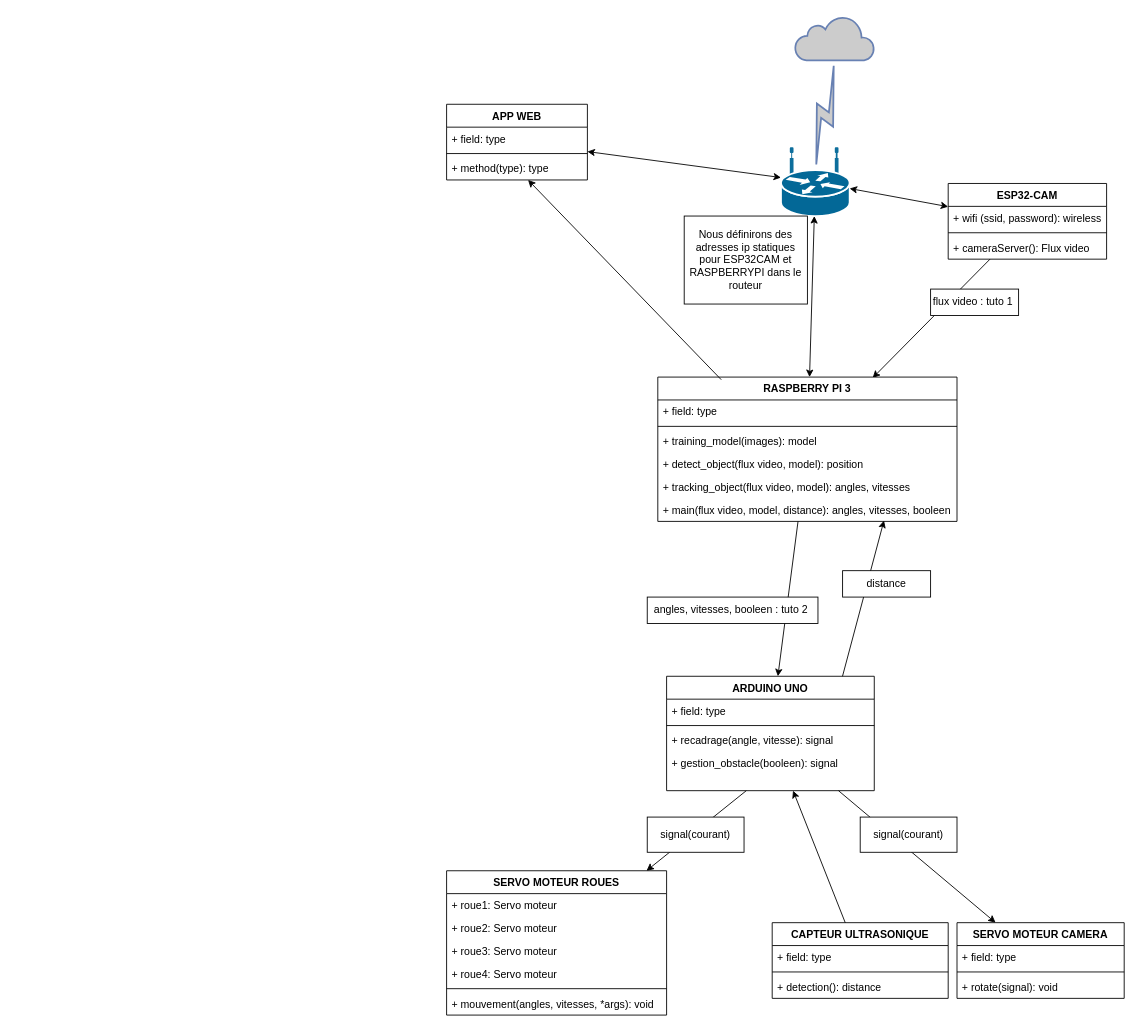
This is code/Module_analyse_image/Diagramme sans nom.drawio from JonaBacho/sight-eyes, a draw.io file, before an edit. Source tidied: cells renumbered, new cells numbered last; positions are measured from the earlier drawing's top-left corner, leaving out a move shared by most shapes. Both pictures are drawn from the tidied source at 88%, with x=0, y=0 at pixel (446, 16).
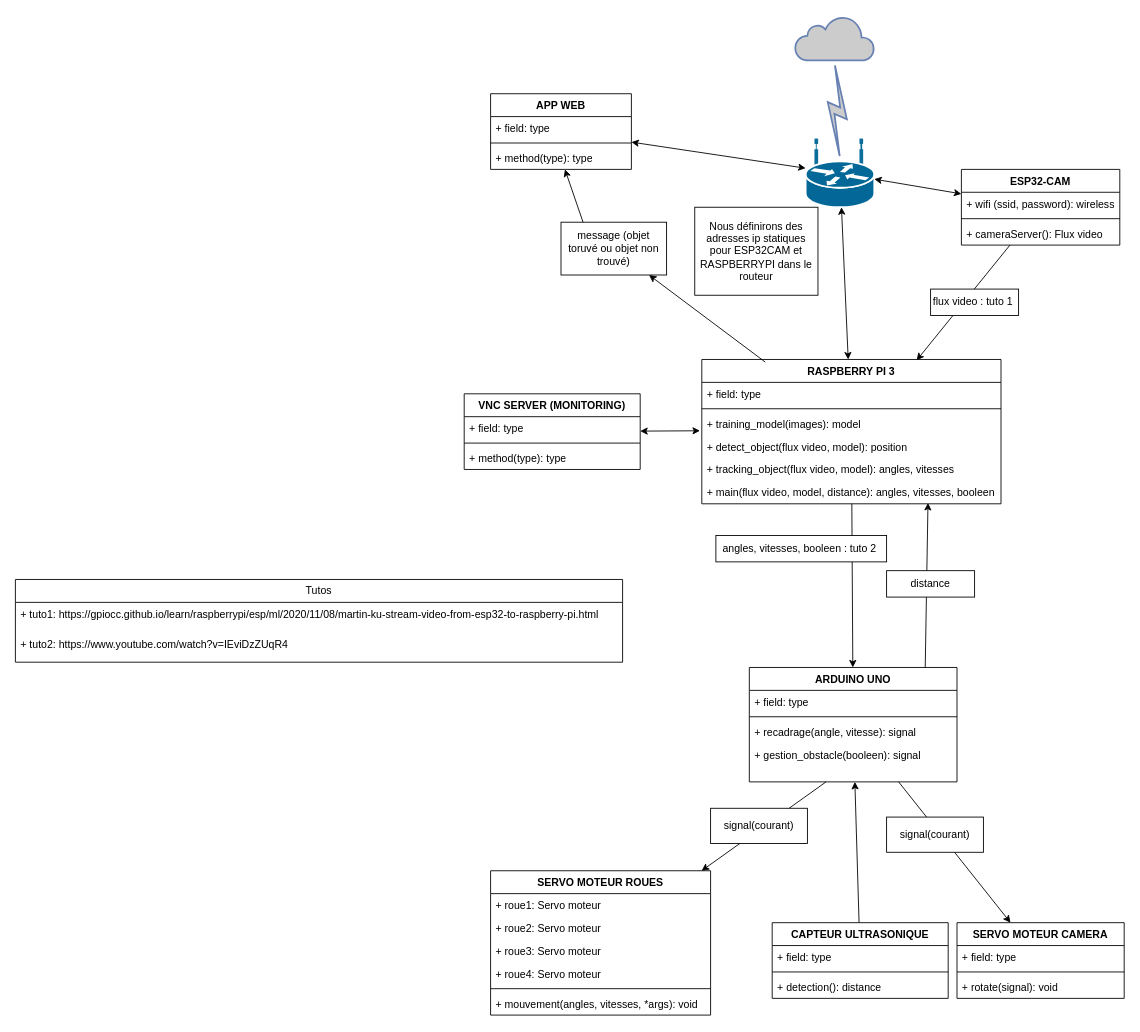
The same diagram, later.

Unchanged cells that the change refers to:
```xml
<mxCell id="7" value="+ training_model(images): model" style="text;strokeColor=none;fillColor=none;align=left;verticalAlign=top;spacingLeft=4;spacingRight=4;overflow=hidden;points=[[0,0.5],[1,0.5]];portConstraint=eastwest;whiteSpace=wrap;html=1;" parent="4" vertex="1">
  <mxGeometry y="60" width="340" height="26" as="geometry" />
</mxCell>
<mxCell id="18" value="+ method(type): type" style="text;strokeColor=none;fillColor=none;align=left;verticalAlign=top;spacingLeft=4;spacingRight=4;overflow=hidden;points=[[0,0.5],[1,0.5]];portConstraint=eastwest;whiteSpace=wrap;html=1;" parent="15" vertex="1">
  <mxGeometry y="60" width="160" height="26" as="geometry" />
</mxCell>
```

Diff of the diagram source:
```diff
@@
     <mxCell id="4" value="RASPBERRY PI 3" style="swimlane;fontStyle=1;align=center;verticalAlign=top;horizontal=1;startSize=26;whiteSpace=wrap;html=1;" parent="1" vertex="1">
-      <mxGeometry x="240" y="410" width="340" height="164" as="geometry" />
+      <mxGeometry x="290" y="390" width="340" height="164" as="geometry" />
     </mxCell>
@@
     <mxCell id="11" value="ESP32-CAM" style="swimlane;fontStyle=1;align=center;verticalAlign=top;horizontal=1;startSize=26;whiteSpace=wrap;html=1;" parent="1" vertex="1">
-      <mxGeometry x="570" y="190" width="180" height="86" as="geometry" />
+      <mxGeometry x="585" y="174" width="180" height="86" as="geometry" />
     </mxCell>
@@
     <mxCell id="15" value="APP WEB" style="swimlane;fontStyle=1;align=center;verticalAlign=top;horizontal=1;startSize=26;whiteSpace=wrap;html=1;" parent="1" vertex="1">
-      <mxGeometry y="100" width="160" height="86" as="geometry" />
+      <mxGeometry x="50" y="88" width="160" height="86" as="geometry" />
     </mxCell>
@@
     <mxCell id="19" style="shape=mxgraph.cisco.routers.wireless_router;sketch=0;html=1;dashed=0;fillColor=#036897;strokeColor=#ffffff;strokeWidth=2;verticalLabelPosition=bottom;verticalAlign=top;align=center;outlineConnect=0;" parent="1" vertex="1">
-      <mxGeometry x="380" y="150" width="78" height="77" as="geometry" />
+      <mxGeometry x="408" y="140" width="78" height="77" as="geometry" />
     </mxCell>
@@
     <mxCell id="23" value="Nous définirons des adresses ip statiques pour ESP32CAM et RASPBERRYPI dans le routeur" style="rounded=0;whiteSpace=wrap;html=1;" parent="1" vertex="1">
-      <mxGeometry x="270" y="227" width="140" height="100" as="geometry" />
+      <mxGeometry x="282" y="217" width="140" height="100" as="geometry" />
     </mxCell>
@@
     <mxCell id="26" value="ARDUINO UNO" style="swimlane;fontStyle=1;align=center;verticalAlign=top;horizontal=1;startSize=26;whiteSpace=wrap;html=1;" parent="1" vertex="1">
-      <mxGeometry x="250" y="750" width="236" height="130" as="geometry" />
+      <mxGeometry x="344" y="740" width="236" height="130" as="geometry" />
     </mxCell>
@@
     <mxCell id="35" value="SERVO MOTEUR ROUES" style="swimlane;fontStyle=1;align=center;verticalAlign=top;horizontal=1;startSize=26;whiteSpace=wrap;html=1;" parent="1" vertex="1">
-      <mxGeometry y="971" width="250" height="164" as="geometry" />
+      <mxGeometry x="50" y="971" width="250" height="164" as="geometry" />
     </mxCell>
@@
     <mxCell id="43" value="angles, vitesses, booleen : tuto 2&amp;nbsp;" style="rounded=0;whiteSpace=wrap;html=1;" parent="1" vertex="1">
-      <mxGeometry x="228" y="660" width="194" height="30" as="geometry" />
+      <mxGeometry x="306" y="590" width="194" height="30" as="geometry" />
     </mxCell>
@@
     <mxCell id="51" value="signal(courant)" style="rounded=0;whiteSpace=wrap;html=1;" parent="1" vertex="1">
-      <mxGeometry x="228" y="910" width="110" height="40" as="geometry" />
+      <mxGeometry x="300" y="900" width="110" height="40" as="geometry" />
     </mxCell>
     <mxCell id="52" value="signal(courant)" style="rounded=0;whiteSpace=wrap;html=1;" parent="1" vertex="1">
-      <mxGeometry x="470" y="910" width="110" height="40" as="geometry" />
+      <mxGeometry x="500" y="910" width="110" height="40" as="geometry" />
     </mxCell>
-    <mxCell id="53" style="endArrow=classic;html=1;rounded=0;exitX=0.212;exitY=0.018;exitDx=0;exitDy=0;exitPerimeter=0;" parent="1" edge="1" source="4" target="18">
+    <mxCell id="53" style="endArrow=classic;html=1;rounded=0;exitX=0.212;exitY=0.018;exitDx=0;exitDy=0;exitPerimeter=0;" parent="1" edge="1" source="62" target="18">
       <mxGeometry relative="1" as="geometry" />
     </mxCell>
@@
     <mxCell id="55" value="distance" style="rounded=0;whiteSpace=wrap;html=1;" parent="1" vertex="1">
-      <mxGeometry x="450" y="630" width="100" height="30" as="geometry" />
+      <mxGeometry x="500" y="630" width="100" height="30" as="geometry" />
     </mxCell>
+    <mxCell id="56" value="VNC SERVER (MONITORING)" style="swimlane;fontStyle=1;align=center;verticalAlign=top;horizontal=1;startSize=26;whiteSpace=wrap;html=1;" parent="1" vertex="1">
+      <mxGeometry x="20" y="429" width="200" height="86" as="geometry" />
+    </mxCell>
+    <mxCell id="57" value="+ field: type" style="text;strokeColor=none;fillColor=none;align=left;verticalAlign=top;spacingLeft=4;spacingRight=4;overflow=hidden;whiteSpace=wrap;html=1;" parent="56" vertex="1">
+      <mxGeometry y="26" width="200" height="26" as="geometry" />
+    </mxCell>
+    <mxCell id="58" style="line;strokeWidth=1;fillColor=none;align=left;verticalAlign=middle;spacingTop=-1;spacingLeft=3;spacingRight=3;labelPosition=right;strokeColor=inherit;" parent="56" vertex="1">
+      <mxGeometry y="52" width="200" height="8" as="geometry" />
+    </mxCell>
+    <mxCell id="59" value="+ method(type): type" style="text;strokeColor=none;fillColor=none;align=left;verticalAlign=top;spacingLeft=4;spacingRight=4;overflow=hidden;whiteSpace=wrap;html=1;" parent="56" vertex="1">
+      <mxGeometry y="60" width="200" height="26" as="geometry" />
+    </mxCell>
+    <mxCell id="60" style="endArrow=classic;startArrow=classic;html=1;rounded=0;entryX=-0.006;entryY=0.808;entryDx=0;entryDy=0;entryPerimeter=0;" parent="1" edge="1" source="56" target="7">
+      <mxGeometry relative="1" as="geometry" />
+    </mxCell>
+    <mxCell id="61" style="endArrow=classic;html=1;rounded=0;exitX=0.212;exitY=0.018;exitDx=0;exitDy=0;exitPerimeter=0;" parent="1" edge="1" source="4" target="62">
+      <mxGeometry relative="1" as="geometry" />
+    </mxCell>
+    <mxCell id="62" value="message (objet toruvé ou objet non trouvé)" style="rounded=0;whiteSpace=wrap;html=1;" parent="1" vertex="1">
+      <mxGeometry x="130" y="234" width="120" height="60" as="geometry" />
+    </mxCell>
+    <mxCell id="63" value="Tutos" style="swimlane;fontStyle=0;horizontal=1;startSize=26;fillColor=none;whiteSpace=wrap;html=1;" parent="1" vertex="1">
+      <mxGeometry x="-490" y="640" width="690" height="94" as="geometry" />
+    </mxCell>
+    <mxCell id="64" value="+ tuto1:&amp;nbsp;https://gpiocc.github.io/learn/raspberrypi/esp/ml/2020/11/08/martin-ku-stream-video-from-esp32-to-raspberry-pi.html" style="text;strokeColor=none;fillColor=none;align=left;verticalAlign=top;spacingLeft=4;spacingRight=4;overflow=hidden;whiteSpace=wrap;html=1;" parent="63" vertex="1">
+      <mxGeometry y="26" width="690" height="34" as="geometry" />
+    </mxCell>
+    <mxCell id="65" value="+ tuto2:&amp;nbsp;https://www.youtube.com/watch?v=IEviDzZUqR4" style="text;strokeColor=none;fillColor=none;align=left;verticalAlign=top;spacingLeft=4;spacingRight=4;overflow=hidden;whiteSpace=wrap;html=1;" parent="63" vertex="1">
+      <mxGeometry y="60" width="690" height="34" as="geometry" />
+    </mxCell>
```
